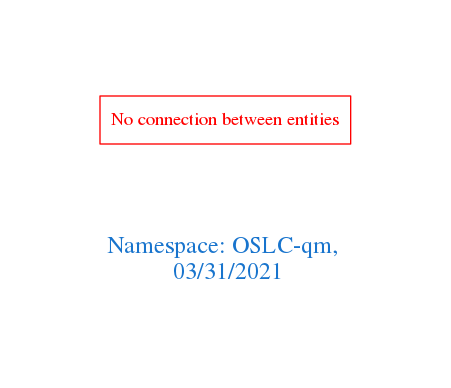
Before: downloads/OSLC-qm.png, a diagram exported from Graphviz (arago/OGIT). Its source is kept beside it as downloads/OSLC-qm.dot.
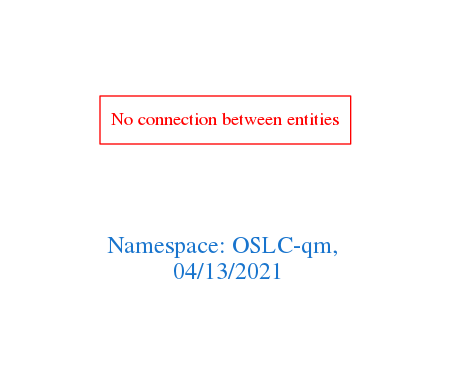
The same file after the commit.

What changed in the source:
```diff
@@ -1,7 +1,7 @@
 digraph OGIT_ontology {
  graph [ rankdir= LR,pad=1
 fontsize = 18,
-fontcolor= dodgerblue3,label = "\n\n\nNamespace: OSLC-qm, \n 03/31/2021"];
+fontcolor= dodgerblue3,label = "\n\n\nNamespace: OSLC-qm, \n 04/13/2021"];
 node[shape=polygon];
 edge [  color="gray81"];
 
```
